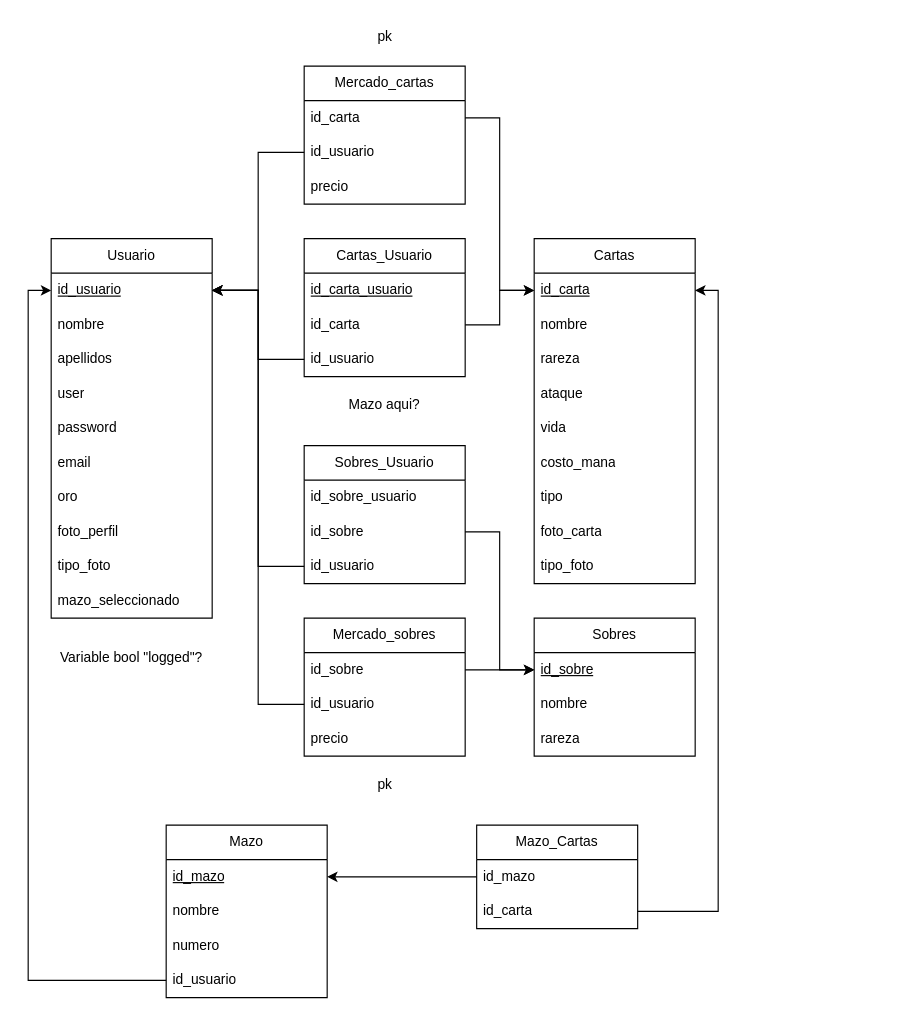
MiguelGallardoRevaliente/ProjecteFinal keeps this draw.io diagram as Diagramas/BBDD.drawio. Above is the earlier version. Source tidied: cells renumbered, new cells numbered last; positions are measured from the earlier drawing's top-left corner, leaving out a move shared by most shapes. Both pictures are drawn from the tidied source at 115%, with x=0, y=0 at pixel (51, 20).
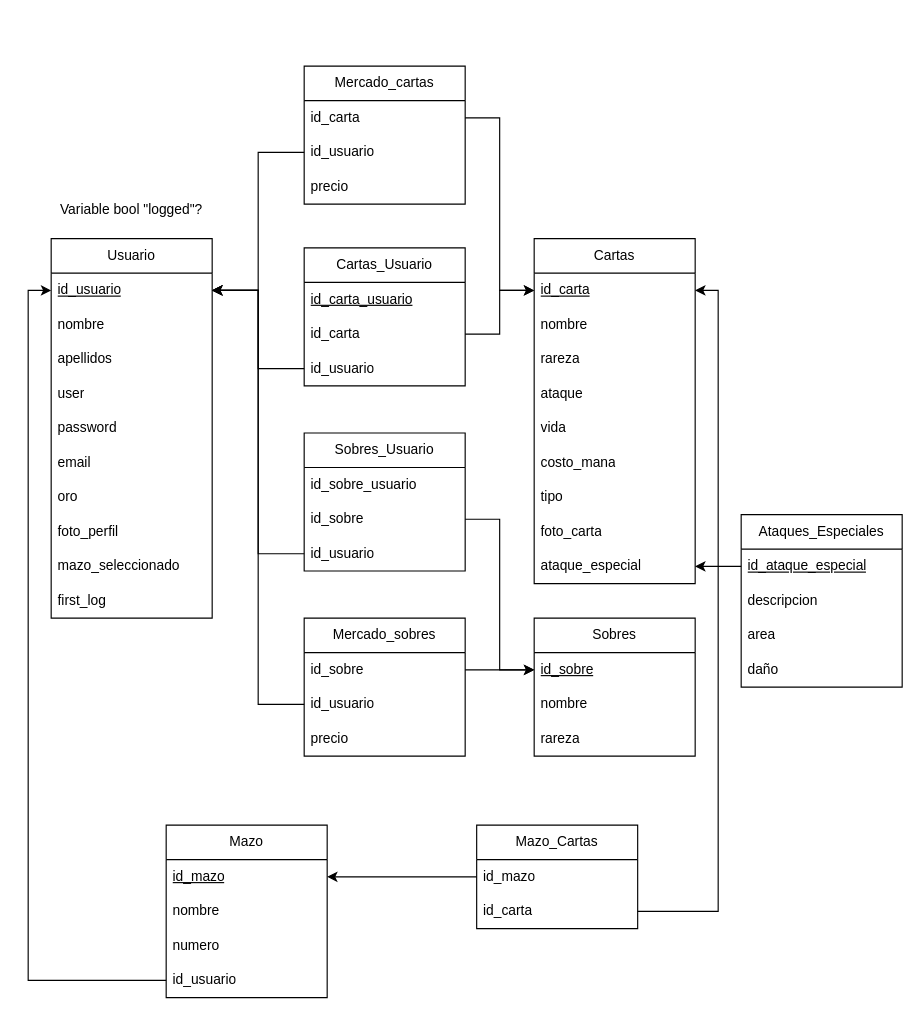
The same page after the edit.

Unchanged cells that the change refers to:
```xml
<mxCell id="2" value="Usuario" style="swimlane;fontStyle=0;horizontal=1;startSize=30;whiteSpace=wrap;html=1;" parent="1" vertex="1">
  <mxGeometry y="190" width="140" height="330" as="geometry" />
</mxCell>
<mxCell id="13" value="Cartas" style="swimlane;fontStyle=0;horizontal=1;startSize=30;whiteSpace=wrap;html=1;" parent="1" vertex="1">
  <mxGeometry x="420" y="190" width="140" height="300" as="geometry" />
</mxCell>
```

Change to the diagram source:
```diff
@@
-    <mxCell id="11" value="tipo_foto" style="text;strokeColor=none;fillColor=none;align=left;verticalAlign=middle;spacingLeft=4;spacingRight=4;overflow=hidden;whiteSpace=wrap;html=1;" parent="2" vertex="1">
-      <mxGeometry y="270" width="140" height="30" as="geometry" />
-    </mxCell>
     <mxCell id="12" value="mazo_seleccionado" style="text;strokeColor=none;fillColor=none;align=left;verticalAlign=middle;spacingLeft=4;spacingRight=4;overflow=hidden;whiteSpace=wrap;html=1;" parent="2" vertex="1">
-      <mxGeometry y="300" width="140" height="30" as="geometry" />
+      <mxGeometry y="270" width="140" height="30" as="geometry" />
     </mxCell>
+    <mxCell id="66" value="first_log" style="text;strokeColor=none;fillColor=none;align=left;verticalAlign=middle;spacingLeft=4;spacingRight=4;overflow=hidden;whiteSpace=wrap;html=1;" parent="2" vertex="1">
+      <mxGeometry y="300" width="140" height="30" as="geometry" />
+    </mxCell>
@@
-    <mxCell id="22" value="tipo_foto" style="text;strokeColor=none;fillColor=none;align=left;verticalAlign=middle;spacingLeft=4;spacingRight=4;overflow=hidden;whiteSpace=wrap;html=1;" parent="13" vertex="1">
-      <mxGeometry y="270" width="140" height="30" as="geometry" />
-    </mxCell>
+    <mxCell id="67" value="ataque_especial" style="text;strokeColor=none;fillColor=none;align=left;verticalAlign=middle;spacingLeft=4;spacingRight=4;overflow=hidden;points=[[0,0.5],[1,0.5]];portConstraint=eastwest;whiteSpace=wrap;html=1;" parent="13" vertex="1">
+      <mxGeometry y="270" width="140" height="30" as="geometry" />
+    </mxCell>
     <mxCell id="23" value="Cartas_Usuario" style="swimlane;fontStyle=0;horizontal=1;startSize=30;whiteSpace=wrap;html=1;" parent="1" vertex="1">
-      <mxGeometry x="220" y="190" width="140" height="120" as="geometry" />
+      <mxGeometry x="220" y="198" width="140" height="120" as="geometry" />
     </mxCell>
@@
-    <mxCell id="27" value="Mazo aqui?" style="text;html=1;align=center;verticalAlign=middle;whiteSpace=wrap;rounded=0;" parent="1" vertex="1">
-      <mxGeometry x="250" y="320" width="80" height="30" as="geometry" />
-    </mxCell>
     <mxCell id="28" value="Variable bool &quot;logged&quot;?" style="text;html=1;align=center;verticalAlign=middle;whiteSpace=wrap;rounded=0;" parent="1" vertex="1">
-      <mxGeometry x="5" y="540" width="130" height="30" as="geometry" />
+      <mxGeometry x="5" y="150" width="130" height="30" as="geometry" />
     </mxCell>
@@
     <mxCell id="33" value="Sobres_Usuario" style="swimlane;fontStyle=0;horizontal=1;startSize=30;whiteSpace=wrap;html=1;" parent="1" vertex="1">
-      <mxGeometry x="220" y="370" width="140" height="120" as="geometry" />
+      <mxGeometry x="220" y="359" width="140" height="120" as="geometry" />
     </mxCell>
@@
-    <mxCell id="53" value="pk" style="text;html=1;align=center;verticalAlign=middle;strokeColor=none;fillColor=none;" parent="1" vertex="1">
-      <mxGeometry x="270" width="40" height="30" as="geometry" />
-    </mxCell>
-    <mxCell id="54" value="pk" style="text;html=1;align=center;verticalAlign=middle;strokeColor=none;fillColor=none;" parent="1" vertex="1">
-      <mxGeometry x="270" y="650" width="40" height="30" as="geometry" />
-    </mxCell>
@@
+    <mxCell id="68" value="Ataques_Especiales" style="swimlane;fontStyle=0;horizontal=1;startSize=30;whiteSpace=wrap;html=1;" parent="1" vertex="1">
+      <mxGeometry x="600" y="430" width="140" height="150" as="geometry" />
+    </mxCell>
+    <mxCell id="69" value="&lt;u&gt;id_ataque_especial&lt;/u&gt;" style="text;strokeColor=none;fillColor=none;align=left;verticalAlign=middle;spacingLeft=4;spacingRight=4;overflow=hidden;points=[[0,0.5],[1,0.5]];portConstraint=eastwest;whiteSpace=wrap;html=1;" parent="68" vertex="1">
+      <mxGeometry y="30" width="140" height="30" as="geometry" />
+    </mxCell>
+    <mxCell id="70" value="descripcion" style="text;strokeColor=none;fillColor=none;align=left;verticalAlign=middle;spacingLeft=4;spacingRight=4;overflow=hidden;whiteSpace=wrap;html=1;" parent="68" vertex="1">
+      <mxGeometry y="60" width="140" height="30" as="geometry" />
+    </mxCell>
+    <mxCell id="71" value="area" style="text;strokeColor=none;fillColor=none;align=left;verticalAlign=middle;spacingLeft=4;spacingRight=4;overflow=hidden;whiteSpace=wrap;html=1;" parent="68" vertex="1">
+      <mxGeometry y="90" width="140" height="30" as="geometry" />
+    </mxCell>
+    <mxCell id="72" value="daño" style="text;strokeColor=none;fillColor=none;align=left;verticalAlign=middle;spacingLeft=4;spacingRight=4;overflow=hidden;whiteSpace=wrap;html=1;" parent="68" vertex="1">
+      <mxGeometry y="120" width="140" height="30" as="geometry" />
+    </mxCell>
+    <mxCell id="73" style="edgeStyle=orthogonalEdgeStyle;rounded=0;jettySize=auto;html=1;entryX=1;entryY=0.5;entryDx=0;entryDy=0;" parent="1" edge="1" source="69" target="67">
+      <mxGeometry relative="1" as="geometry" />
+    </mxCell>
```
